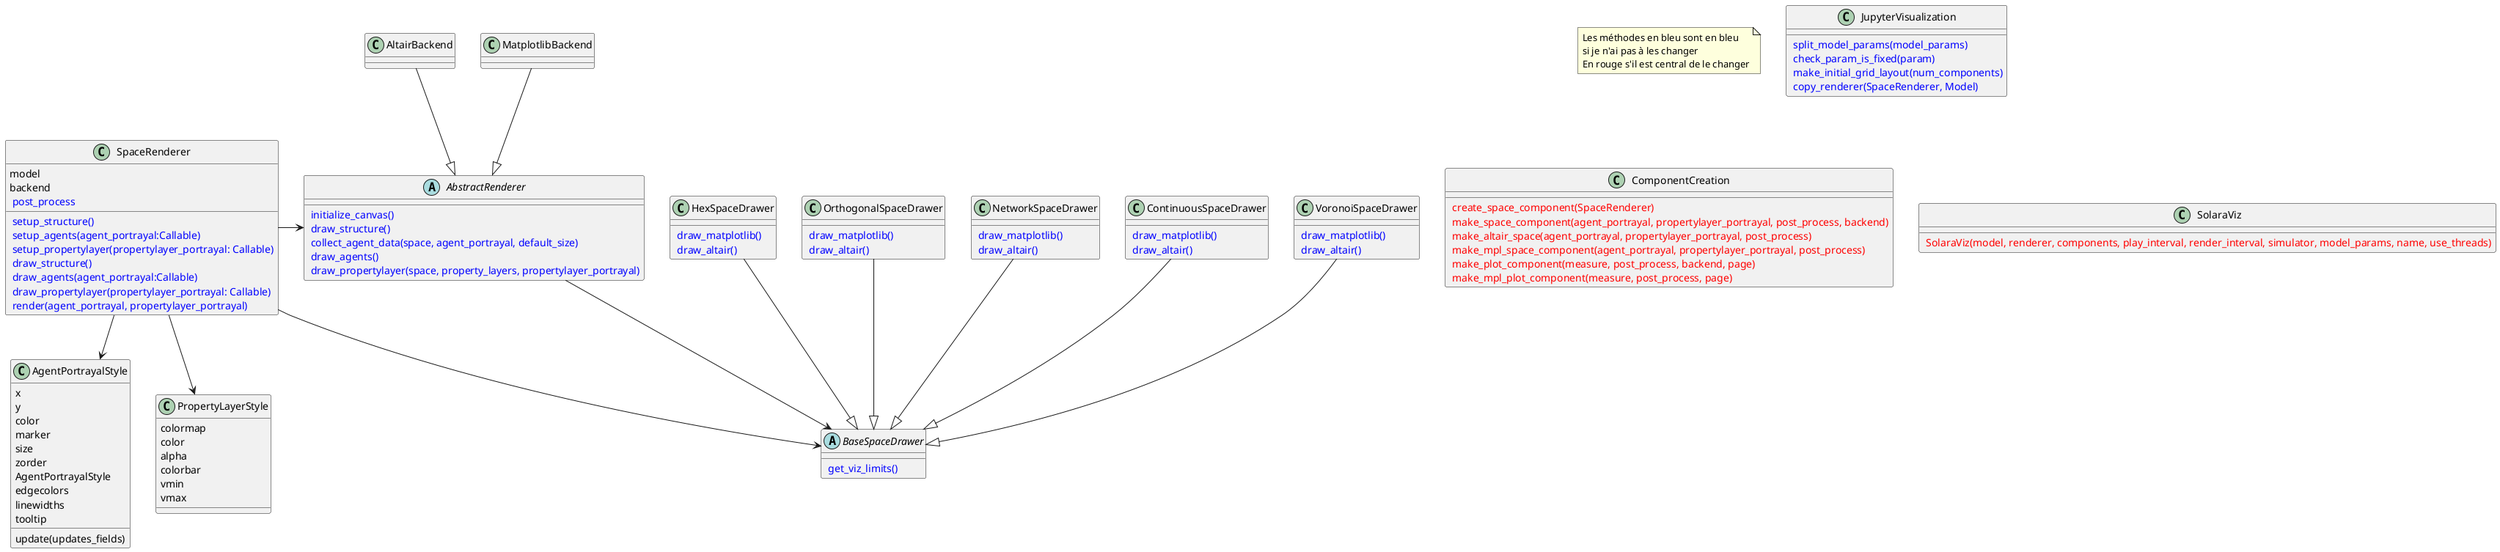
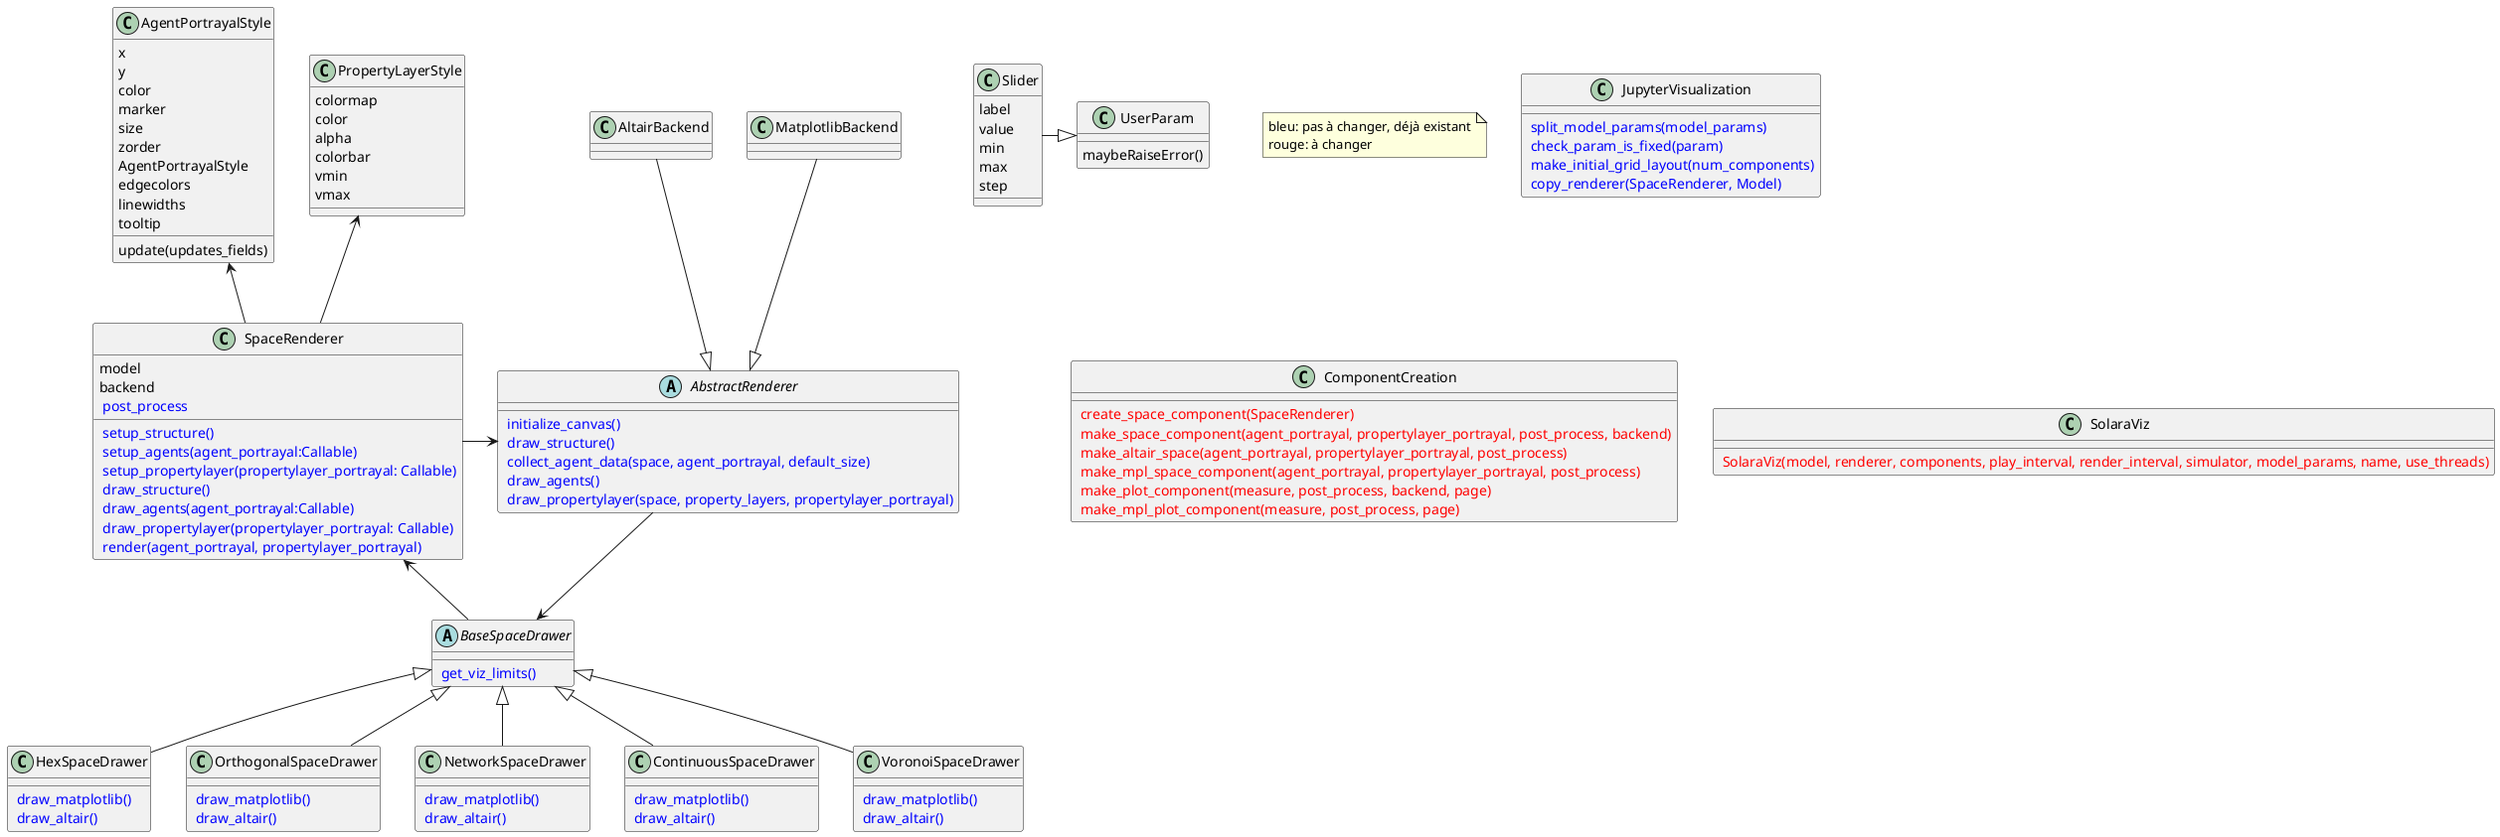
@startuml
- note "Les méthodes en bleu sont en bleu\nsi je n'ai pas à les changer\nEn rouge s'il est central de le changer" as N1
+ note "bleu: pas à changer, déjà existant\nrouge: à changer" as N1

abstract class AbstractRenderer
AbstractRenderer : <color:blue> initialize_canvas()
AbstractRenderer : <color:blue> draw_structure()
AbstractRenderer : <color:blue> collect_agent_data(space, agent_portrayal, default_size)
AbstractRenderer : <color:blue> draw_agents()
AbstractRenderer : <color:blue> draw_propertylayer(space, property_layers, propertylayer_portrayal)


class AltairBackend

class MatplotlibBackend

AltairBackend --|> AbstractRenderer
MatplotlibBackend --|> AbstractRenderer

class AgentPortrayalStyle
AgentPortrayalStyle : x
AgentPortrayalStyle : y
AgentPortrayalStyle : color
AgentPortrayalStyle : marker
AgentPortrayalStyle : size
AgentPortrayalStyle : zorder
AgentPortrayalStyle : AgentPortrayalStyle
AgentPortrayalStyle : edgecolors
AgentPortrayalStyle : linewidths
AgentPortrayalStyle : tooltip
AgentPortrayalStyle : update(updates_fields)

class PropertyLayerStyle
PropertyLayerStyle : colormap
PropertyLayerStyle : color
PropertyLayerStyle : alpha
PropertyLayerStyle : colorbar
PropertyLayerStyle : vmin
PropertyLayerStyle : vmax

- SpaceRenderer --> AgentPortrayalStyle
- SpaceRenderer --> PropertyLayerStyle
+ AgentPortrayalStyle <-- SpaceRenderer
+ PropertyLayerStyle <-- SpaceRenderer

abstract class BaseSpaceDrawer
BaseSpaceDrawer : <color:blue> get_viz_limits()

AbstractRenderer --> BaseSpaceDrawer

class HexSpaceDrawer
class OrthogonalSpaceDrawer
class NetworkSpaceDrawer
class ContinuousSpaceDrawer
class VoronoiSpaceDrawer

HexSpaceDrawer : <color:blue> draw_matplotlib()
HexSpaceDrawer : <color:blue> draw_altair()
OrthogonalSpaceDrawer : <color:blue> draw_matplotlib()
OrthogonalSpaceDrawer : <color:blue> draw_altair()
NetworkSpaceDrawer : <color:blue> draw_matplotlib()
NetworkSpaceDrawer : <color:blue> draw_altair()
ContinuousSpaceDrawer : <color:blue> draw_matplotlib()
ContinuousSpaceDrawer : <color:blue> draw_altair()
VoronoiSpaceDrawer : <color:blue> draw_matplotlib()
VoronoiSpaceDrawer : <color:blue> draw_altair()

- HexSpaceDrawer --|> BaseSpaceDrawer
- OrthogonalSpaceDrawer --|> BaseSpaceDrawer
- NetworkSpaceDrawer --|> BaseSpaceDrawer
- ContinuousSpaceDrawer --|> BaseSpaceDrawer
- VoronoiSpaceDrawer --|> BaseSpaceDrawer
+ BaseSpaceDrawer <|-- HexSpaceDrawer
+ BaseSpaceDrawer <|-- OrthogonalSpaceDrawer
+ BaseSpaceDrawer <|-- NetworkSpaceDrawer
+ BaseSpaceDrawer <|-- ContinuousSpaceDrawer
+ BaseSpaceDrawer <|-- VoronoiSpaceDrawer

class SpaceRenderer
SpaceRenderer : model
SpaceRenderer : backend
SpaceRenderer : <color:blue> setup_structure()
SpaceRenderer : <color:blue> setup_agents(agent_portrayal:Callable)
SpaceRenderer : <color:blue> setup_propertylayer(propertylayer_portrayal: Callable)
SpaceRenderer : <color:blue> draw_structure()
SpaceRenderer : <color:blue> draw_agents(agent_portrayal:Callable)
SpaceRenderer : <color:blue> draw_propertylayer(propertylayer_portrayal: Callable)
SpaceRenderer : <color:blue> render(agent_portrayal, propertylayer_portrayal)
SpaceRenderer : <color:blue> post_process

SpaceRenderer -> AbstractRenderer
- SpaceRenderer --> BaseSpaceDrawer
+ BaseSpaceDrawer --> SpaceRenderer



class JupyterVisualization
JupyterVisualization : <color:blue> split_model_params(model_params)
JupyterVisualization : <color:blue> check_param_is_fixed(param)
JupyterVisualization : <color:blue> make_initial_grid_layout(num_components)
JupyterVisualization : <color:blue> copy_renderer(SpaceRenderer, Model)


+ class UserParam
+ UserParam : maybeRaiseError()
+ 
+ class Slider
+ Slider : label
+ Slider : value
+ Slider : min
+ Slider : max
+ Slider : step
+ 
+ Slider -|> UserParam
+ 
+ 
class ComponentCreation
ComponentCreation : <color:red> create_space_component(SpaceRenderer)
ComponentCreation : <color:red> make_space_component(agent_portrayal, propertylayer_portrayal, post_process, backend)
ComponentCreation : <color:red> make_altair_space(agent_portrayal, propertylayer_portrayal, post_process)
ComponentCreation : <color:red> make_mpl_space_component(agent_portrayal, propertylayer_portrayal, post_process)
ComponentCreation : <color:red> make_plot_component(measure, post_process, backend, page)
ComponentCreation : <color:red> make_mpl_plot_component(measure, post_process, page)

+ 
class SolaraViz
SolaraViz : <color:red> SolaraViz(model, renderer, components, play_interval, render_interval, simulator, model_params, name, use_threads)


@enduml